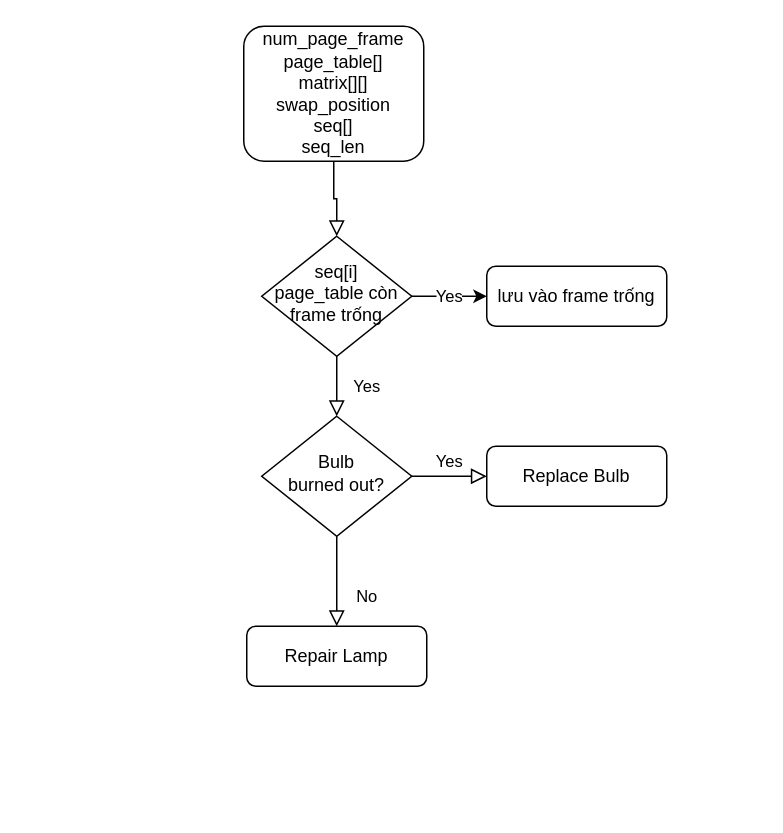
Above: Untitled Diagram.drawio in NhaDo/Note-Management (draw.io), before the change. Source tidied: cells renumbered, new cells numbered last; positions are measured from the earlier drawing's top-left corner, leaving out a move shared by most shapes. Both pictures are drawn from the tidied source at 150%, with x=0, y=0 at pixel (243, 26).
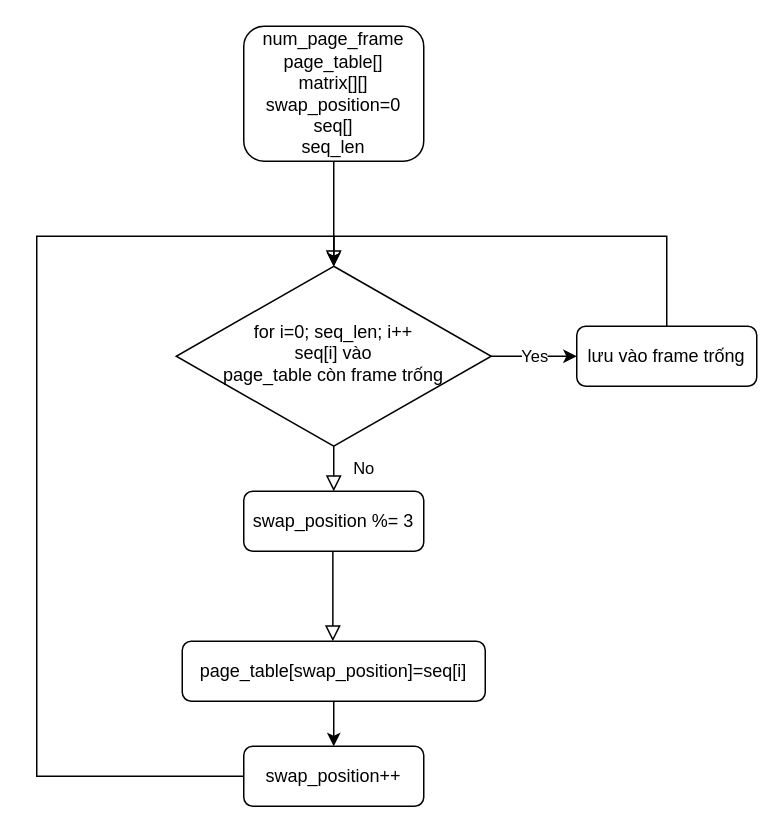
After the change.

Change to the diagram source:
```diff
@@
-    <mxCell id="3" value="num_page_frame&lt;br&gt;page_table[]&lt;br&gt;matrix[][]&lt;br&gt;swap_position&lt;br&gt;seq[]&lt;br&gt;seq_len" style="rounded=1;whiteSpace=wrap;html=1;fontSize=12;glass=0;strokeWidth=1;shadow=0;" parent="1" vertex="1">
+    <mxCell id="3" value="num_page_frame&lt;br&gt;page_table[]&lt;br&gt;matrix[][]&lt;br&gt;swap_position=0&lt;br&gt;seq[]&lt;br&gt;seq_len" style="rounded=1;whiteSpace=wrap;html=1;fontSize=12;glass=0;strokeWidth=1;shadow=0;" parent="1" vertex="1">
       <mxGeometry width="120" height="90" as="geometry" />
     </mxCell>
-    <mxCell id="4" value="Yes" style="rounded=0;html=1;jettySize=auto;fontSize=11;endArrow=block;endFill=0;endSize=8;strokeWidth=1;shadow=0;labelBackgroundColor=none;edgeStyle=orthogonalEdgeStyle;" parent="1" edge="1" source="6" target="10">
-      <mxGeometry y="20" relative="1" as="geometry" />
+    <mxCell id="4" value="No" style="rounded=0;html=1;jettySize=auto;fontSize=11;endArrow=block;endFill=0;endSize=8;strokeWidth=1;shadow=0;labelBackgroundColor=none;edgeStyle=orthogonalEdgeStyle;" parent="1" edge="1" source="6">
+      <mxGeometry y="20" relative="1" as="geometry">
+        <mxPoint x="60" y="310" as="targetPoint" />
+      </mxGeometry>
     </mxCell>
@@
-    <mxCell id="6" value="seq[i]&lt;br&gt;page_table còn frame trống" style="rhombus;whiteSpace=wrap;html=1;shadow=0;fontFamily=Helvetica;fontSize=12;align=center;strokeWidth=1;spacing=6;spacingTop=-4;" parent="1" vertex="1">
-      <mxGeometry x="12" y="140" width="100" height="80" as="geometry" />
+    <mxCell id="6" value="for i=0; seq_len; i++&lt;br&gt;seq[i] vào&lt;br&gt;page_table còn frame trống" style="rhombus;whiteSpace=wrap;html=1;shadow=0;fontFamily=Helvetica;fontSize=12;align=center;strokeWidth=1;spacing=6;spacingTop=-4;" parent="1" vertex="1">
+      <mxGeometry x="-45" y="160" width="210" height="120" as="geometry" />
     </mxCell>
+    <mxCell id="13" style="edgeStyle=orthogonalEdgeStyle;rounded=0;jettySize=auto;html=1;entryX=0.5;entryY=0;entryDx=0;entryDy=0;" parent="1" edge="1" source="7" target="6">
+      <mxGeometry relative="1" as="geometry">
+        <Array as="points">
+          <mxPoint x="282" y="140" />
+          <mxPoint x="60" y="140" />
+        </Array>
+      </mxGeometry>
+    </mxCell>
     <mxCell id="7" value="lưu vào frame trống" style="rounded=1;whiteSpace=wrap;html=1;fontSize=12;glass=0;strokeWidth=1;shadow=0;" parent="1" vertex="1">
-      <mxGeometry x="162" y="160" width="120" height="40" as="geometry" />
+      <mxGeometry x="222" y="200" width="120" height="40" as="geometry" />
     </mxCell>
-    <mxCell id="8" value="No" style="rounded=0;html=1;jettySize=auto;fontSize=11;endArrow=block;endFill=0;endSize=8;strokeWidth=1;shadow=0;labelBackgroundColor=none;edgeStyle=orthogonalEdgeStyle;" parent="1" edge="1" source="10" target="11">
-      <mxGeometry x="0.33" y="20" relative="1" as="geometry" />
+    <mxCell id="8" style="rounded=0;html=1;jettySize=auto;orthogonalLoop=1;fontSize=11;endArrow=block;endFill=0;endSize=8;strokeWidth=1;shadow=0;labelBackgroundColor=none;edgeStyle=orthogonalEdgeStyle;" parent="1" edge="1">
+      <mxGeometry x="0.33" y="13" relative="1" as="geometry">
+        <mxPoint x="59.4" y="350" as="sourcePoint" />
+        <mxPoint x="59.4" y="410" as="targetPoint" />
+      </mxGeometry>
     </mxCell>
-    <mxCell id="9" value="Yes" style="edgeStyle=orthogonalEdgeStyle;rounded=0;html=1;jettySize=auto;fontSize=11;endArrow=block;endFill=0;endSize=8;strokeWidth=1;shadow=0;labelBackgroundColor=none;" parent="1" edge="1" source="10" target="12">
-      <mxGeometry y="10" relative="1" as="geometry" />
-    </mxCell>
-    <mxCell id="10" value="Bulb&lt;br&gt;burned out?" style="rhombus;whiteSpace=wrap;html=1;shadow=0;fontFamily=Helvetica;fontSize=12;align=center;strokeWidth=1;spacing=6;spacingTop=-4;" parent="1" vertex="1">
-      <mxGeometry x="12" y="260" width="100" height="80" as="geometry" />
-    </mxCell>
-    <mxCell id="11" value="Repair Lamp" style="rounded=1;whiteSpace=wrap;html=1;fontSize=12;glass=0;strokeWidth=1;shadow=0;" parent="1" vertex="1">
-      <mxGeometry x="2" y="400" width="120" height="40" as="geometry" />
-    </mxCell>
-    <mxCell id="12" value="Replace Bulb" style="rounded=1;whiteSpace=wrap;html=1;fontSize=12;glass=0;strokeWidth=1;shadow=0;" parent="1" vertex="1">
-      <mxGeometry x="162" y="280" width="120" height="40" as="geometry" />
-    </mxCell>
+    <mxCell id="14" value="swap_position %= 3" style="rounded=1;whiteSpace=wrap;html=1;fontSize=12;glass=0;strokeWidth=1;shadow=0;" parent="1" vertex="1">
+      <mxGeometry y="310" width="120" height="40" as="geometry" />
+    </mxCell>
+    <mxCell id="15" style="edgeStyle=orthogonalEdgeStyle;rounded=0;jettySize=auto;html=1;entryX=0.5;entryY=0;entryDx=0;entryDy=0;" parent="1" edge="1" source="16" target="18">
+      <mxGeometry relative="1" as="geometry" />
+    </mxCell>
+    <mxCell id="16" value="page_table[swap_position]=seq[i]" style="rounded=1;whiteSpace=wrap;html=1;fontSize=12;glass=0;strokeWidth=1;shadow=0;" parent="1" vertex="1">
+      <mxGeometry x="-41" y="410" width="202" height="40" as="geometry" />
+    </mxCell>
+    <mxCell id="17" style="edgeStyle=orthogonalEdgeStyle;rounded=0;jettySize=auto;html=1;entryX=0.5;entryY=0;entryDx=0;entryDy=0;" parent="1" edge="1" source="18" target="6">
+      <mxGeometry relative="1" as="geometry">
+        <Array as="points">
+          <mxPoint x="-138" y="500" />
+          <mxPoint x="-138" y="140" />
+          <mxPoint x="60" y="140" />
+        </Array>
+      </mxGeometry>
+    </mxCell>
+    <mxCell id="18" value="swap_position++" style="rounded=1;whiteSpace=wrap;html=1;fontSize=12;glass=0;strokeWidth=1;shadow=0;" parent="1" vertex="1">
+      <mxGeometry y="480" width="120" height="40" as="geometry" />
+    </mxCell>
```
